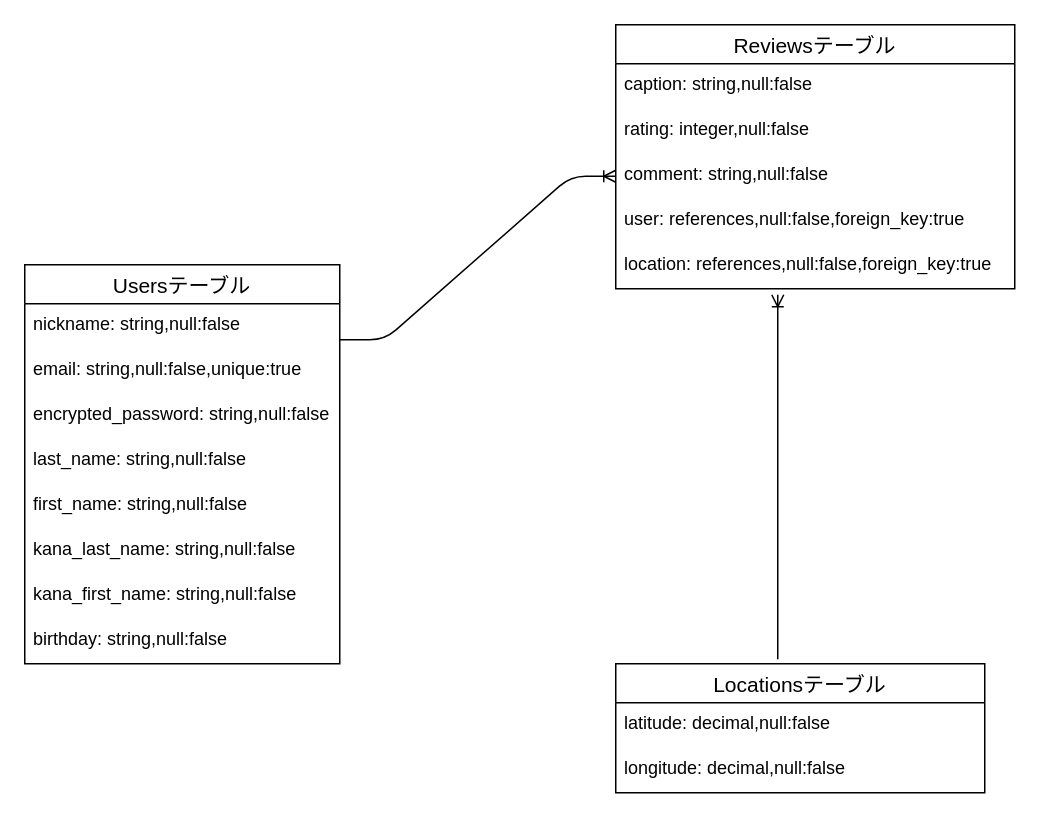
This is ER.dio from Yuki-Shi-jp/tiny-finds-app, a draw.io file, before an edit. Source tidied: cells renumbered, new cells numbered last; positions are measured from the earlier drawing's top-left corner, leaving out a move shared by most shapes. Both pictures are drawn from the tidied source at 150%, with x=0, y=0 at pixel (24, 24).
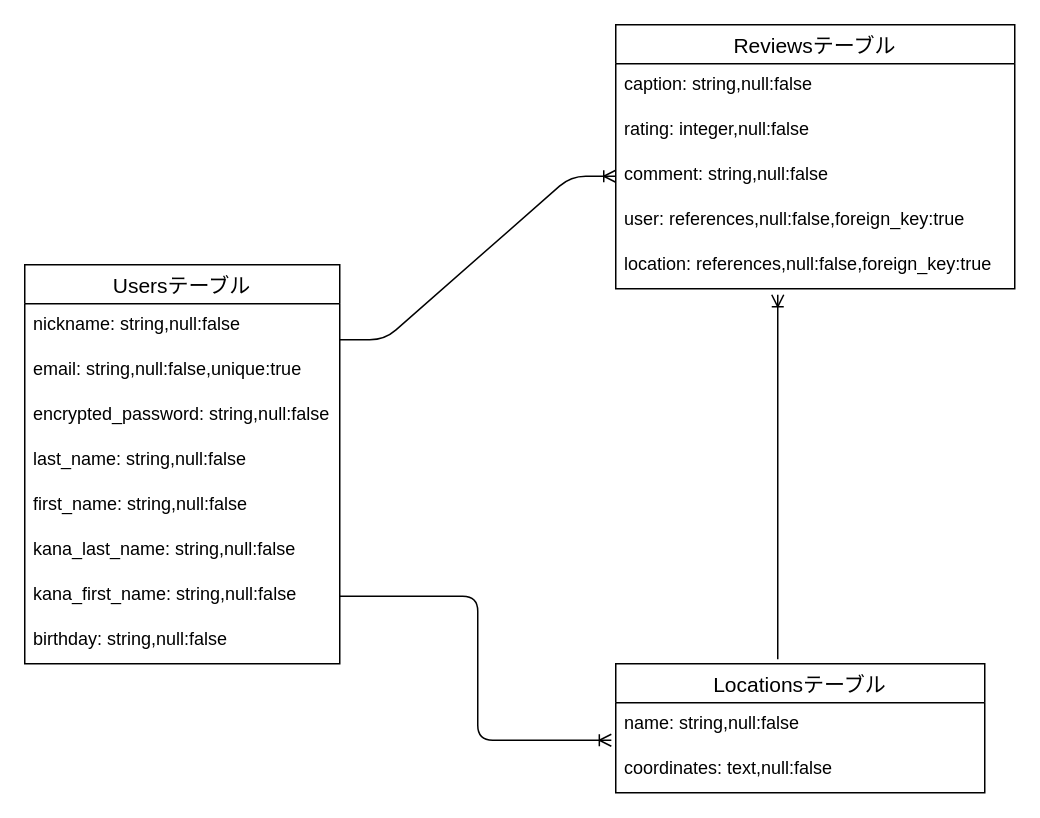
The same diagram, later.

Commit message (it also covers changes not shown here):
ER図・READMEの修正

Unchanged cells that the change refers to:
```xml
<mxCell id="9" value="kana_first_name: string,null:false" style="text;strokeColor=none;fillColor=none;spacingLeft=4;spacingRight=4;overflow=hidden;points=[[0,0.5],[1,0.5]];portConstraint=eastwest;fontSize=12;" parent="2" vertex="1">
  <mxGeometry y="206" width="210" height="30" as="geometry" />
</mxCell>
<mxCell id="17" value="Locationsテーブル" style="swimlane;fontStyle=0;horizontal=1;startSize=26;align=center;fontSize=14;" parent="1" vertex="1">
  <mxGeometry x="394" y="426" width="246" height="86" as="geometry" />
</mxCell>
```

Diff of the diagram source:
```diff
@@
-    <mxCell id="18" value="latitude: decimal,null:false" style="text;strokeColor=none;fillColor=none;spacingLeft=4;spacingRight=4;overflow=hidden;points=[[0,0.5],[1,0.5]];portConstraint=eastwest;fontSize=12;" parent="17" vertex="1">
+    <mxCell id="18" value="name: string,null:false" style="text;strokeColor=none;fillColor=none;spacingLeft=4;spacingRight=4;overflow=hidden;points=[[0,0.5],[1,0.5]];portConstraint=eastwest;fontSize=12;" parent="17" vertex="1">
       <mxGeometry y="26" width="246" height="30" as="geometry" />
     </mxCell>
-    <mxCell id="19" value="longitude: decimal,null:false" style="text;strokeColor=none;fillColor=none;spacingLeft=4;spacingRight=4;overflow=hidden;fontSize=12;" parent="17" vertex="1">
+    <mxCell id="19" value="coordinates: text,null:false" style="text;strokeColor=none;fillColor=none;spacingLeft=4;spacingRight=4;overflow=hidden;fontSize=12;" parent="17" vertex="1">
       <mxGeometry y="56" width="246" height="30" as="geometry" />
     </mxCell>
@@
+    <mxCell id="22" style="edgeStyle=orthogonalEdgeStyle;fontSize=12;html=1;endArrow=ERoneToMany;exitX=1;exitY=0.5;exitDx=0;exitDy=0;entryX=-0.012;entryY=0.833;entryDx=0;entryDy=0;entryPerimeter=0;" parent="1" edge="1" source="9" target="18">
+      <mxGeometry relative="1" as="geometry" />
+    </mxCell>
```
